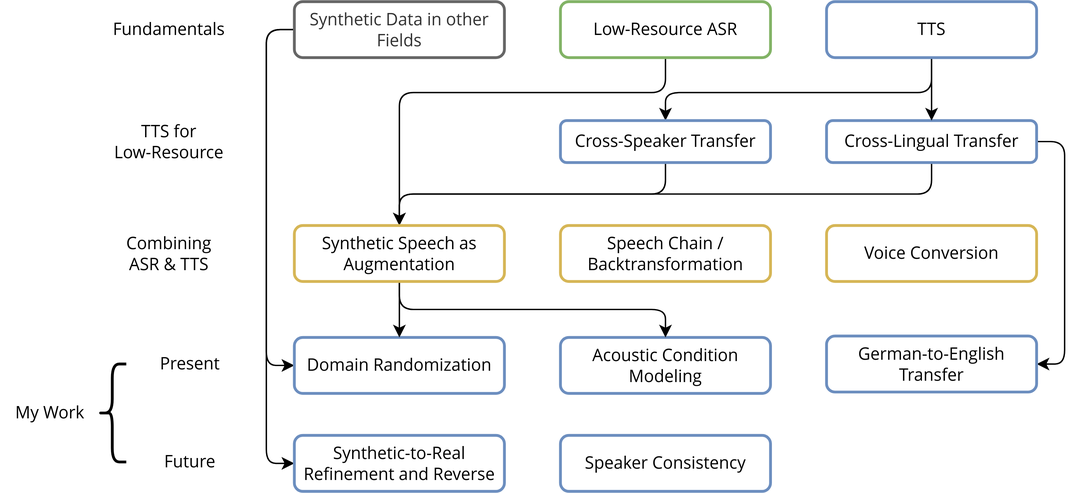
Above: _images/roadmap.svg in MiniXC/tts-for-asr (draw.io), before the change. Source tidied: cells renumbered, new cells last; positions are measured from the earlier drawing's top-left corner, leaving out a move shared by most shapes.
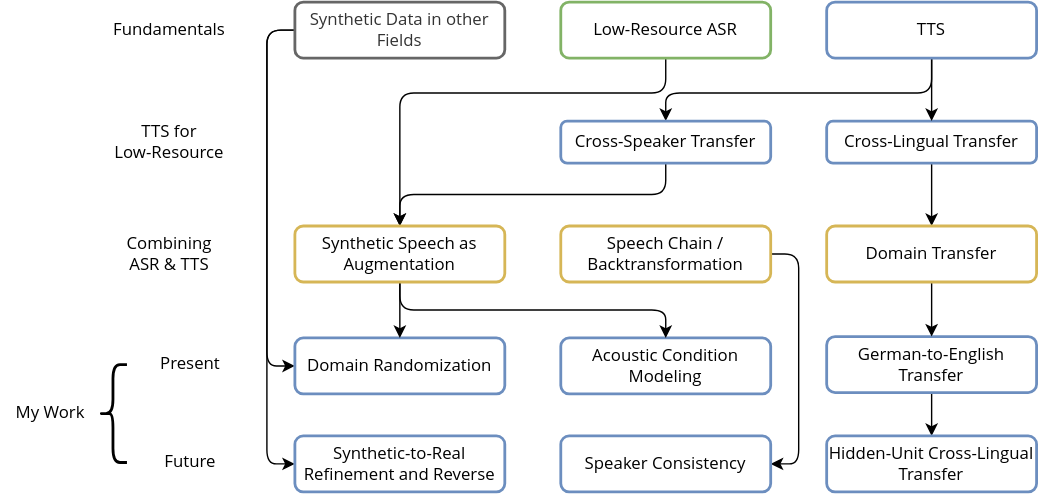
Later version of the same file.

Change to the diagram source:
```diff
@@ -11,15 +11,15 @@
     <mxCell id="4" value="&lt;font face=&quot;Open Sans&quot;&gt;Synthetic Data in other Fields&lt;/font&gt;" style="rounded=1;whiteSpace=wrap;html=1;strokeColor=#666666;strokeWidth=2;fillColor=none;fontColor=#333333;" parent="1" vertex="1">
       <mxGeometry x="210" width="150" height="40" as="geometry" />
     </mxCell>
+    <mxCell id="32" style="edgeStyle=orthogonalEdgeStyle;rounded=1;jettySize=auto;html=1;exitX=1;exitY=0.5;exitDx=0;exitDy=0;entryX=1;entryY=0.5;entryDx=0;entryDy=0;" parent="1" edge="1" source="5" target="30">
+      <mxGeometry relative="1" as="geometry" />
+    </mxCell>
     <mxCell id="5" value="&lt;font face=&quot;Open Sans&quot;&gt;Speech Chain / Backtransformation&lt;/font&gt;" style="rounded=1;whiteSpace=wrap;html=1;strokeColor=#d6b656;strokeWidth=2;fillColor=none;" parent="1" vertex="1">
       <mxGeometry x="400" y="160" width="150" height="40" as="geometry" />
     </mxCell>
-    <mxCell id="6" style="edgeStyle=orthogonalEdgeStyle;rounded=1;jettySize=auto;html=1;exitX=0.5;exitY=1;exitDx=0;exitDy=0;entryX=0.5;entryY=0;entryDx=0;entryDy=0;fontFamily=Open Sans;fontSource=https%3A%2F%2Ffonts.googleapis.com%2Fcss%3Ffamily%3DOpen%2BSans;" parent="1" edge="1" source="8" target="27">
-      <mxGeometry relative="1" as="geometry" />
-    </mxCell>
-    <mxCell id="7" style="edgeStyle=orthogonalEdgeStyle;rounded=1;jettySize=auto;html=1;exitX=1;exitY=0.5;exitDx=0;exitDy=0;entryX=1;entryY=0.5;entryDx=0;entryDy=0;fontFamily=Open Sans;fontSource=https%3A%2F%2Ffonts.googleapis.com%2Fcss%3Ffamily%3DOpen%2BSans;" parent="1" edge="1" source="8" target="21">
-      <mxGeometry relative="1" as="geometry" />
-    </mxCell>
+    <mxCell id="33" style="edgeStyle=orthogonalEdgeStyle;rounded=0;jettySize=auto;html=1;exitX=0.5;exitY=1;exitDx=0;exitDy=0;entryX=0.5;entryY=0;entryDx=0;entryDy=0;" parent="1" edge="1" source="8" target="29">
+      <mxGeometry relative="1" as="geometry" />
+    </mxCell>
     <mxCell id="8" value="&lt;font face=&quot;Open Sans&quot;&gt;Cross-Lingual Transfer&lt;/font&gt;" style="rounded=1;whiteSpace=wrap;html=1;strokeColor=#6c8ebf;strokeWidth=2;fillColor=none;" parent="1" vertex="1">
       <mxGeometry x="590" y="85" width="150" height="30" as="geometry" />
     </mxCell>
@@ -69,6 +69,9 @@
     <mxCell id="20" style="shape=curlyBracket;whiteSpace=wrap;html=1;rounded=1;fontFamily=Open Sans;fontSource=https%3A%2F%2Ffonts.googleapis.com%2Fcss%3Ffamily%3DOpen%2BSans;strokeColor=default;strokeWidth=2;fillColor=none;" parent="1" vertex="1">
       <mxGeometry x="70" y="259" width="20" height="70" as="geometry" />
     </mxCell>
+    <mxCell id="34" style="edgeStyle=orthogonalEdgeStyle;rounded=1;jettySize=auto;html=1;exitX=0.5;exitY=1;exitDx=0;exitDy=0;entryX=0.5;entryY=0;entryDx=0;entryDy=0;" parent="1" edge="1" source="21" target="36">
+      <mxGeometry relative="1" as="geometry" />
+    </mxCell>
     <mxCell id="21" value="&lt;font face=&quot;Open Sans&quot;&gt;German-to-English Transfer&lt;/font&gt;" style="rounded=1;whiteSpace=wrap;html=1;strokeColor=#6c8ebf;strokeWidth=2;fillColor=none;" parent="1" vertex="1">
       <mxGeometry x="590" y="239" width="150" height="40" as="geometry" />
     </mxCell>
@@ -93,7 +96,10 @@
     <mxCell id="28" value="TTS for&lt;br&gt;Low-Resource" style="text;html=1;align=center;verticalAlign=middle;strokeColor=none;fillColor=none;fontFamily=Open Sans;" parent="1" vertex="1">
       <mxGeometry x="70" y="80" width="100" height="40" as="geometry" />
     </mxCell>
+    <mxCell id="35" style="edgeStyle=orthogonalEdgeStyle;rounded=0;jettySize=auto;html=1;exitX=0.5;exitY=1;exitDx=0;exitDy=0;entryX=0.5;entryY=0;entryDx=0;entryDy=0;" parent="1" edge="1" source="29" target="21">
+      <mxGeometry relative="1" as="geometry" />
+    </mxCell>
-    <mxCell id="29" value="&lt;font face=&quot;Open Sans&quot;&gt;Voice Conversion&lt;br&gt;&lt;/font&gt;" style="rounded=1;whiteSpace=wrap;html=1;strokeColor=#d6b656;strokeWidth=2;fillColor=none;" parent="1" vertex="1">
+    <mxCell id="29" value="&lt;font face=&quot;Open Sans&quot;&gt;Domain Transfer&lt;/font&gt;" style="rounded=1;whiteSpace=wrap;html=1;strokeColor=#d6b656;strokeWidth=2;fillColor=none;" parent="1" vertex="1">
       <mxGeometry x="590" y="160" width="150" height="40" as="geometry" />
     </mxCell>
     <mxCell id="30" value="&lt;font face=&quot;Open Sans&quot;&gt;Speaker Consistency&lt;br&gt;&lt;/font&gt;" style="rounded=1;whiteSpace=wrap;html=1;strokeColor=#6c8ebf;strokeWidth=2;fillColor=none;" parent="1" vertex="1">
@@ -102,5 +108,8 @@
     <mxCell id="31" value="Combining&lt;br&gt;ASR &amp;amp; TTS" style="text;html=1;align=center;verticalAlign=middle;strokeColor=none;fillColor=none;fontFamily=Open Sans;" parent="1" vertex="1">
       <mxGeometry x="80" y="160" width="80" height="40" as="geometry" />
     </mxCell>
+    <mxCell id="36" value="&lt;font face=&quot;Open Sans&quot;&gt;Hidden-Unit Cross-Lingual Transfer&lt;/font&gt;" style="rounded=1;whiteSpace=wrap;html=1;strokeColor=#6c8ebf;strokeWidth=2;fillColor=none;" parent="1" vertex="1">
+      <mxGeometry x="590" y="310" width="150" height="40" as="geometry" />
+    </mxCell>
   </root>
 </mxGraphModel>
```
